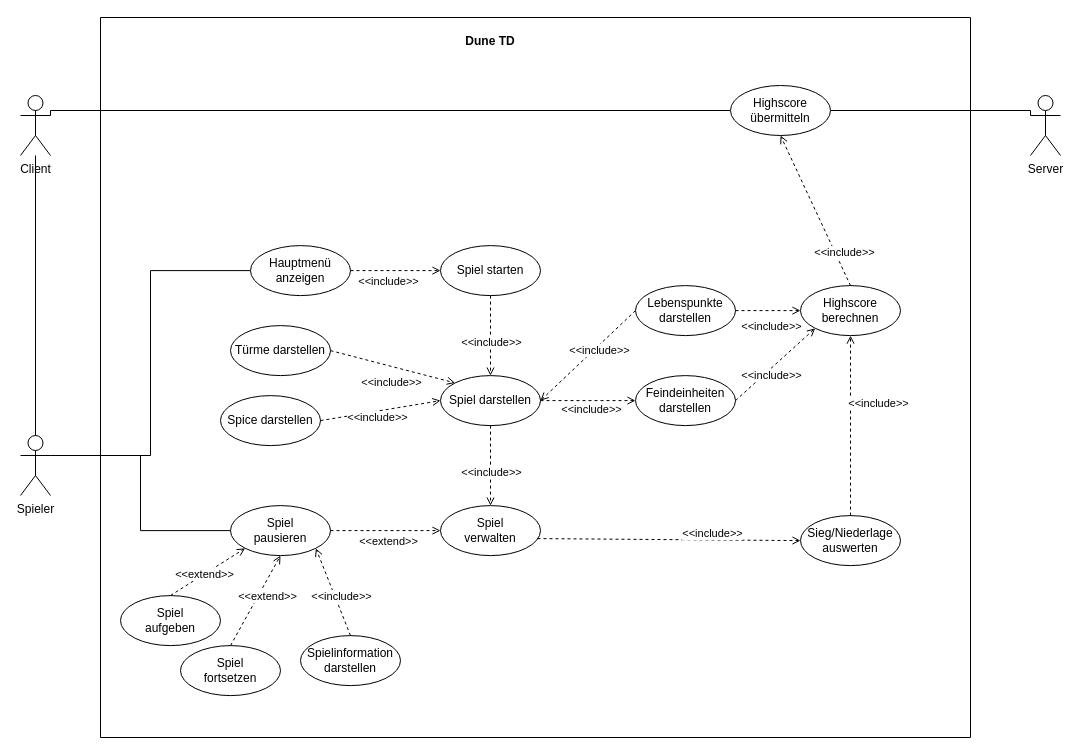
Earlier version of the draw.io diagram UMLAnwendungsDia.drawio (Mete7-del/hello-world). Source tidied: cells renumbered, new cells numbered last; positions are measured from the earlier drawing's top-left corner, leaving out a move shared by most shapes. Both pictures are drawn from the tidied source at 100%, with x=0, y=0 at pixel (20, 17).
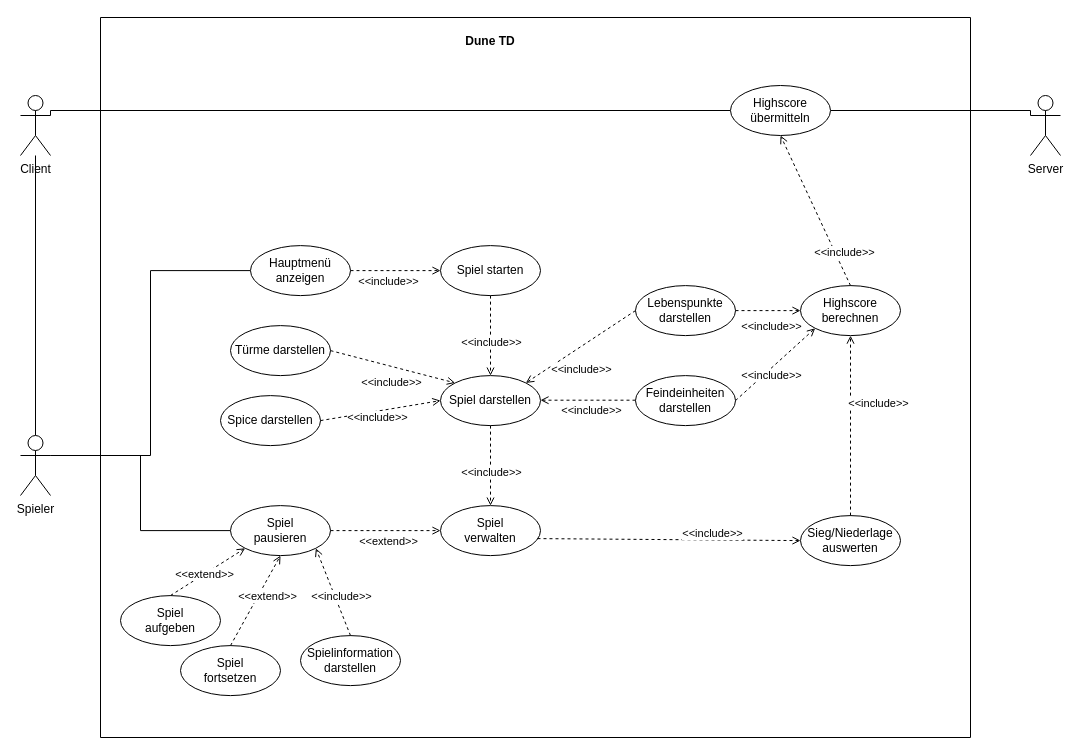
The same diagram, later.

The change refers to these unchanged cells:
```xml
<mxCell id="14" value="Lebenspunkte darstellen" style="ellipse;whiteSpace=wrap;html=1;" parent="1" vertex="1">
  <mxGeometry x="615" y="268.1" width="100" height="50" as="geometry" />
</mxCell>
<mxCell id="15" value="Spiel darstellen" style="ellipse;whiteSpace=wrap;html=1;" parent="1" vertex="1">
  <mxGeometry x="420" y="358.1" width="100" height="50" as="geometry" />
</mxCell>
<mxCell id="48" value="Feindeinheiten darstellen" style="ellipse;whiteSpace=wrap;html=1;" parent="1" vertex="1">
  <mxGeometry x="615" y="358.1" width="100" height="50" as="geometry" />
</mxCell>
```

The edit, as a diff of the source:
```diff
@@
-    <mxCell id="24" style="endArrow=open;html=1;rounded=0;exitX=0;exitY=0.5;exitDx=0;exitDy=0;entryX=1;entryY=0.5;entryDx=0;entryDy=0;dashed=1;endFill=0;" parent="1" edge="1" source="14" target="15">
-      <mxGeometry relative="1" as="geometry" />
-    </mxCell>
-    <mxCell id="25" value="&amp;lt;&amp;lt;include&amp;gt;&amp;gt;" style="edgeLabel;html=1;align=center;verticalAlign=middle;" parent="24" vertex="1">
-      <mxGeometry x="0.33" relative="1" as="geometry">
-        <mxPoint x="27" y="-20" as="offset" />
-      </mxGeometry>
-    </mxCell>
@@
-    <mxCell id="49" style="endArrow=open;html=1;rounded=0;exitX=1;exitY=0.5;exitDx=0;exitDy=0;entryX=0;entryY=0.5;entryDx=0;entryDy=0;dashed=1;endFill=0;" parent="1" edge="1" source="15" target="48">
-      <mxGeometry relative="1" as="geometry" />
-    </mxCell>
-    <mxCell id="50" value="&amp;lt;&amp;lt;include&amp;gt;&amp;gt;" style="edgeLabel;html=1;align=center;verticalAlign=middle;" parent="49" vertex="1">
-      <mxGeometry x="0.33" relative="1" as="geometry">
-        <mxPoint x="-13" y="8" as="offset" />
-      </mxGeometry>
-    </mxCell>
@@
+    <mxCell id="62" style="endArrow=open;html=1;rounded=0;exitX=0;exitY=0.5;exitDx=0;exitDy=0;dashed=1;endFill=0;entryX=1;entryY=0.5;entryDx=0;entryDy=0;" parent="1" edge="1">
+      <mxGeometry relative="1" as="geometry">
+        <mxPoint x="615" y="382.7" as="sourcePoint" />
+        <mxPoint x="520" y="382.7" as="targetPoint" />
+      </mxGeometry>
+    </mxCell>
+    <mxCell id="63" value="&amp;lt;&amp;lt;include&amp;gt;&amp;gt;" style="edgeLabel;html=1;align=center;verticalAlign=middle;" parent="62" vertex="1">
+      <mxGeometry x="0.33" relative="1" as="geometry">
+        <mxPoint x="18" y="10" as="offset" />
+      </mxGeometry>
+    </mxCell>
+    <mxCell id="24" style="endArrow=open;html=1;rounded=0;exitX=0;exitY=0.5;exitDx=0;exitDy=0;dashed=1;endFill=0;entryX=1;entryY=0;entryDx=0;entryDy=0;" parent="1" edge="1" source="14" target="15">
+      <mxGeometry relative="1" as="geometry" />
+    </mxCell>
+    <mxCell id="64" value="&amp;lt;&amp;lt;include&amp;gt;&amp;gt;" style="edgeLabel;html=1;align=center;verticalAlign=middle;" parent="24" vertex="1">
+      <mxGeometry x="0.33" relative="1" as="geometry">
+        <mxPoint x="18" y="10" as="offset" />
+      </mxGeometry>
+    </mxCell>
```
